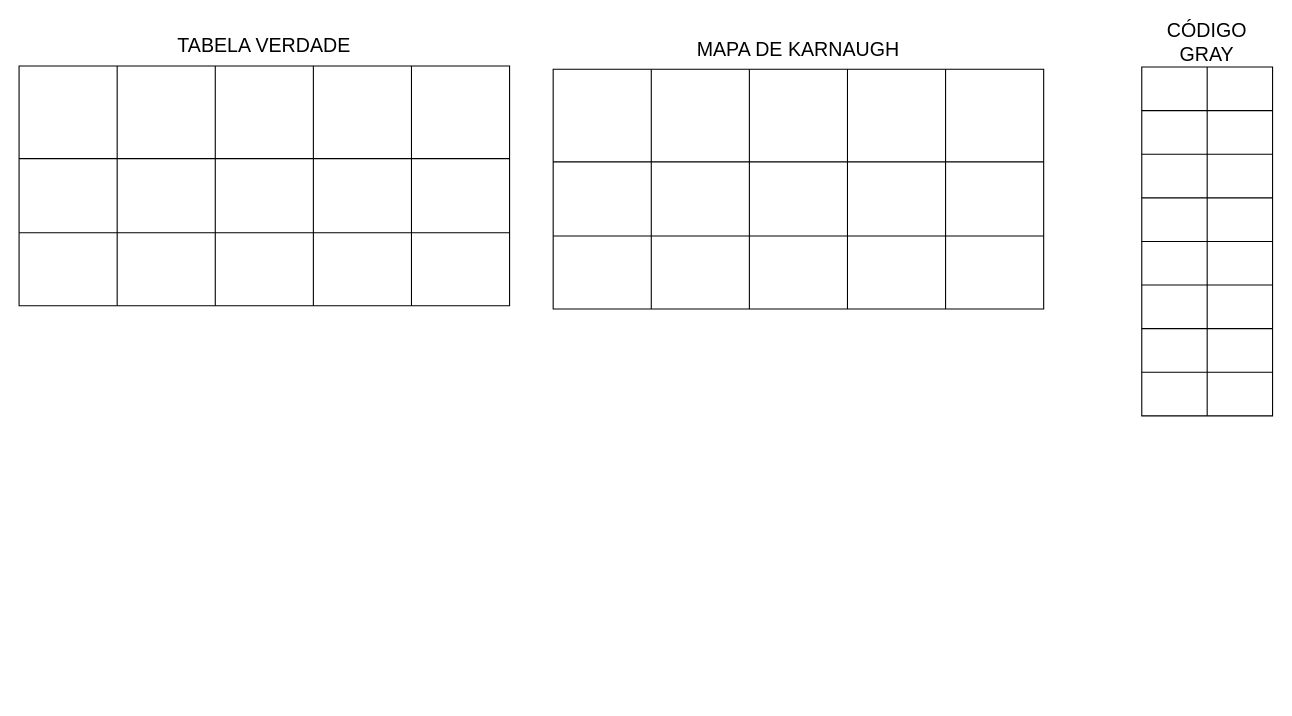
The draw.io diagram page "Algebra-Booleana_Circuitos-Digitais" (1 of 2) of UC_MCA_UNIFACS_aula-revisão.drawio in nobertomaciel/MATAC-Unifacs, before the edit. Source tidied: cells renumbered, new cells numbered last; positions are measured from the earlier drawing's top-left corner, leaving out a move shared by most shapes. Both pictures are drawn from the tidied source at 109%, with x=0, y=0 at pixel (19, 19).
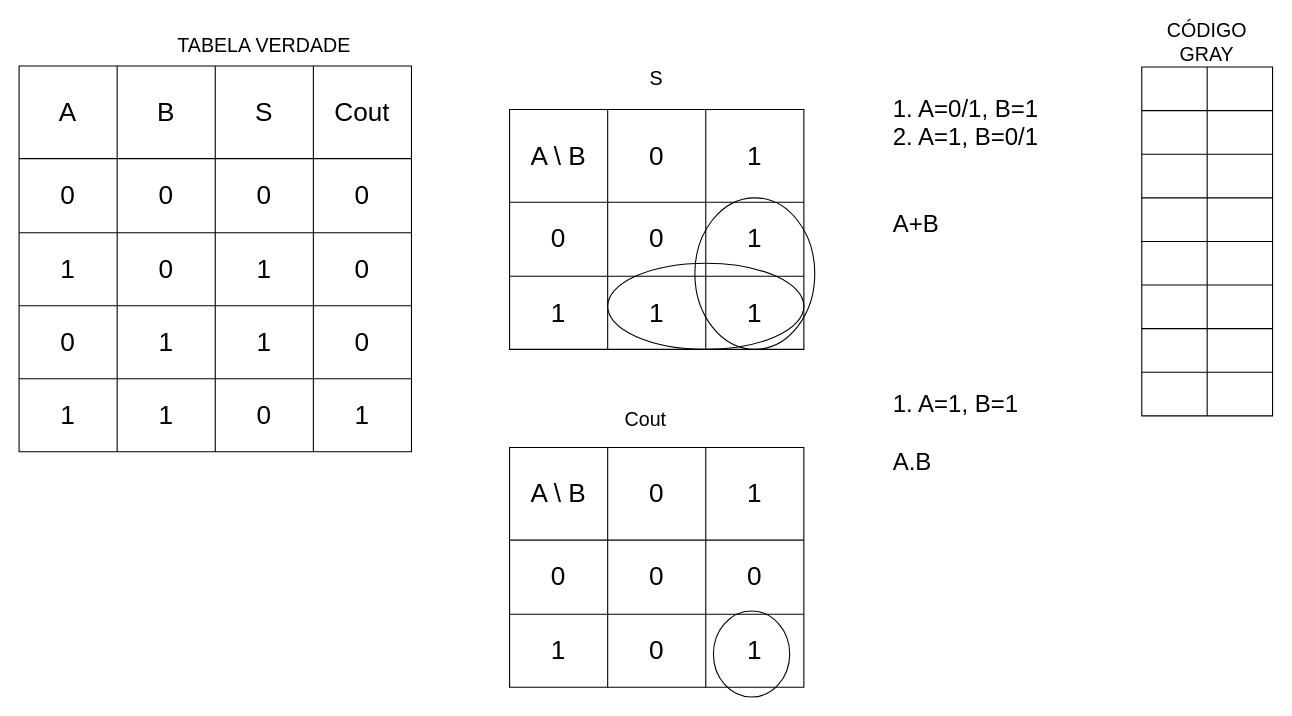
The same diagram, later.

What changed in the source:
```diff
@@
     <mxCell id="2" style="shape=table;startSize=0;childLayout=tableLayout;fixedHeader=1;fontSize=24;" parent="1" vertex="1">
-      <mxGeometry x="490" y="46" width="450" height="220" as="geometry" />
+      <mxGeometry x="450" y="83" width="270" height="220" as="geometry" />
     </mxCell>
     <mxCell id="3" style="shape=tableRow;horizontal=0;startSize=0;swimlaneHead=0;swimlaneBody=0;strokeColor=inherit;top=0;left=0;bottom=0;right=0;fillColor=none;fixedHeader=1;fontSize=24;" parent="2" vertex="1">
-      <mxGeometry width="450" height="85" as="geometry" />
+      <mxGeometry width="270" height="85" as="geometry" />
     </mxCell>
-    <mxCell id="4" style="shape=partialRectangle;html=1;whiteSpace=wrap;strokeColor=inherit;overflow=hidden;fillColor=none;top=0;left=0;bottom=0;right=0;fontSize=24;" parent="3" vertex="1">
+    <mxCell id="4" value="A \ B" style="shape=partialRectangle;html=1;whiteSpace=wrap;strokeColor=inherit;overflow=hidden;fillColor=none;top=0;left=0;bottom=0;right=0;fontSize=24;" parent="3" vertex="1">
       <mxGeometry width="90" height="85" as="geometry" />
     </mxCell>
-    <mxCell id="5" style="shape=partialRectangle;html=1;whiteSpace=wrap;strokeColor=inherit;overflow=hidden;fillColor=none;top=0;left=0;bottom=0;right=0;fontSize=24;" parent="3" vertex="1">
+    <mxCell id="5" value="0" style="shape=partialRectangle;html=1;whiteSpace=wrap;strokeColor=inherit;overflow=hidden;fillColor=none;top=0;left=0;bottom=0;right=0;fontSize=24;" parent="3" vertex="1">
       <mxGeometry x="90" width="90" height="85" as="geometry" />
     </mxCell>
-    <mxCell id="6" style="shape=partialRectangle;html=1;whiteSpace=wrap;strokeColor=inherit;overflow=hidden;fillColor=none;top=0;left=0;bottom=0;right=0;fontSize=24;" parent="3" vertex="1">
+    <mxCell id="6" value="1" style="shape=partialRectangle;html=1;whiteSpace=wrap;strokeColor=inherit;overflow=hidden;fillColor=none;top=0;left=0;bottom=0;right=0;fontSize=24;" parent="3" vertex="1">
       <mxGeometry x="180" width="90" height="85" as="geometry" />
     </mxCell>
-    <mxCell id="7" style="shape=partialRectangle;html=1;whiteSpace=wrap;strokeColor=inherit;overflow=hidden;fillColor=none;top=0;left=0;bottom=0;right=0;fontSize=24;" parent="3" vertex="1">
-      <mxGeometry x="270" width="90" height="85" as="geometry" />
-    </mxCell>
-    <mxCell id="8" style="shape=partialRectangle;html=1;whiteSpace=wrap;strokeColor=inherit;overflow=hidden;fillColor=none;top=0;left=0;bottom=0;right=0;fontSize=24;" parent="3" vertex="1">
-      <mxGeometry x="360" width="90" height="85" as="geometry" />
-    </mxCell>
     <mxCell id="9" style="shape=tableRow;horizontal=0;startSize=0;swimlaneHead=0;swimlaneBody=0;strokeColor=inherit;top=0;left=0;bottom=0;right=0;fillColor=none;fixedHeader=1;fontSize=24;" parent="2" vertex="1">
-      <mxGeometry y="85" width="450" height="68" as="geometry" />
+      <mxGeometry y="85" width="270" height="68" as="geometry" />
     </mxCell>
-    <mxCell id="10" style="shape=partialRectangle;html=1;whiteSpace=wrap;strokeColor=inherit;overflow=hidden;fillColor=none;top=0;left=0;bottom=0;right=0;fontSize=24;" parent="9" vertex="1">
+    <mxCell id="10" value="0" style="shape=partialRectangle;html=1;whiteSpace=wrap;strokeColor=inherit;overflow=hidden;fillColor=none;top=0;left=0;bottom=0;right=0;fontSize=24;" parent="9" vertex="1">
       <mxGeometry width="90" height="68" as="geometry" />
     </mxCell>
-    <mxCell id="11" style="shape=partialRectangle;html=1;whiteSpace=wrap;strokeColor=inherit;overflow=hidden;fillColor=none;top=0;left=0;bottom=0;right=0;fontSize=24;" parent="9" vertex="1">
+    <mxCell id="11" value="0" style="shape=partialRectangle;html=1;whiteSpace=wrap;strokeColor=inherit;overflow=hidden;fillColor=none;top=0;left=0;bottom=0;right=0;fontSize=24;" parent="9" vertex="1">
       <mxGeometry x="90" width="90" height="68" as="geometry" />
     </mxCell>
-    <mxCell id="12" style="shape=partialRectangle;html=1;whiteSpace=wrap;strokeColor=inherit;overflow=hidden;fillColor=none;top=0;left=0;bottom=0;right=0;fontSize=24;" parent="9" vertex="1">
+    <mxCell id="12" value="1" style="shape=partialRectangle;html=1;whiteSpace=wrap;strokeColor=inherit;overflow=hidden;fillColor=none;top=0;left=0;bottom=0;right=0;fontSize=24;" parent="9" vertex="1">
       <mxGeometry x="180" width="90" height="68" as="geometry" />
     </mxCell>
-    <mxCell id="13" style="shape=partialRectangle;html=1;whiteSpace=wrap;strokeColor=inherit;overflow=hidden;fillColor=none;top=0;left=0;bottom=0;right=0;fontSize=24;" parent="9" vertex="1">
-      <mxGeometry x="270" width="90" height="68" as="geometry" />
-    </mxCell>
-    <mxCell id="14" style="shape=partialRectangle;html=1;whiteSpace=wrap;strokeColor=inherit;overflow=hidden;fillColor=none;top=0;left=0;bottom=0;right=0;fontSize=24;" parent="9" vertex="1">
-      <mxGeometry x="360" width="90" height="68" as="geometry" />
-    </mxCell>
     <mxCell id="15" style="shape=tableRow;horizontal=0;startSize=0;swimlaneHead=0;swimlaneBody=0;strokeColor=inherit;top=0;left=0;bottom=0;right=0;fillColor=none;fixedHeader=1;fontSize=24;" parent="2" vertex="1">
-      <mxGeometry y="153" width="450" height="67" as="geometry" />
+      <mxGeometry y="153" width="270" height="67" as="geometry" />
     </mxCell>
-    <mxCell id="16" style="shape=partialRectangle;html=1;whiteSpace=wrap;strokeColor=inherit;overflow=hidden;fillColor=none;top=0;left=0;bottom=0;right=0;fontSize=24;" parent="15" vertex="1">
+    <mxCell id="16" value="1" style="shape=partialRectangle;html=1;whiteSpace=wrap;strokeColor=inherit;overflow=hidden;fillColor=none;top=0;left=0;bottom=0;right=0;fontSize=24;" parent="15" vertex="1">
       <mxGeometry width="90" height="67" as="geometry" />
     </mxCell>
-    <mxCell id="17" style="shape=partialRectangle;html=1;whiteSpace=wrap;strokeColor=inherit;overflow=hidden;fillColor=none;top=0;left=0;bottom=0;right=0;fontSize=24;" parent="15" vertex="1">
+    <mxCell id="17" value="1" style="shape=partialRectangle;html=1;whiteSpace=wrap;strokeColor=inherit;overflow=hidden;fillColor=none;top=0;left=0;bottom=0;right=0;fontSize=24;" parent="15" vertex="1">
       <mxGeometry x="90" width="90" height="67" as="geometry" />
     </mxCell>
-    <mxCell id="18" style="shape=partialRectangle;html=1;whiteSpace=wrap;strokeColor=inherit;overflow=hidden;fillColor=none;top=0;left=0;bottom=0;right=0;fontSize=24;" parent="15" vertex="1">
+    <mxCell id="18" value="1" style="shape=partialRectangle;html=1;whiteSpace=wrap;strokeColor=inherit;overflow=hidden;fillColor=none;top=0;left=0;bottom=0;right=0;fontSize=24;" parent="15" vertex="1">
       <mxGeometry x="180" width="90" height="67" as="geometry" />
     </mxCell>
-    <mxCell id="19" style="shape=partialRectangle;html=1;whiteSpace=wrap;strokeColor=inherit;overflow=hidden;fillColor=none;top=0;left=0;bottom=0;right=0;fontSize=24;" parent="15" vertex="1">
-      <mxGeometry x="270" width="90" height="67" as="geometry" />
-    </mxCell>
-    <mxCell id="20" style="shape=partialRectangle;html=1;whiteSpace=wrap;strokeColor=inherit;overflow=hidden;fillColor=none;top=0;left=0;bottom=0;right=0;fontSize=24;" parent="15" vertex="1">
-      <mxGeometry x="360" width="90" height="67" as="geometry" />
-    </mxCell>
     <mxCell id="21" style="shape=table;startSize=0;childLayout=tableLayout;fixedHeader=1;fontSize=24;" parent="1" vertex="1">
-      <mxGeometry y="43" width="450" height="220" as="geometry" />
+      <mxGeometry y="43" width="360" height="354" as="geometry" />
     </mxCell>
     <mxCell id="22" style="shape=tableRow;horizontal=0;startSize=0;swimlaneHead=0;swimlaneBody=0;strokeColor=inherit;top=0;left=0;bottom=0;right=0;fillColor=none;fixedHeader=1;fontSize=24;" parent="21" vertex="1">
-      <mxGeometry width="450" height="85" as="geometry" />
+      <mxGeometry width="360" height="85" as="geometry" />
     </mxCell>
-    <mxCell id="23" style="shape=partialRectangle;html=1;whiteSpace=wrap;strokeColor=inherit;overflow=hidden;fillColor=none;top=0;left=0;bottom=0;right=0;fontSize=24;" parent="22" vertex="1">
+    <mxCell id="23" value="A" style="shape=partialRectangle;html=1;whiteSpace=wrap;strokeColor=inherit;overflow=hidden;fillColor=none;top=0;left=0;bottom=0;right=0;fontSize=24;" parent="22" vertex="1">
       <mxGeometry width="90" height="85" as="geometry" />
     </mxCell>
-    <mxCell id="24" style="shape=partialRectangle;html=1;whiteSpace=wrap;strokeColor=inherit;overflow=hidden;fillColor=none;top=0;left=0;bottom=0;right=0;fontSize=24;" parent="22" vertex="1">
+    <mxCell id="24" value="B" style="shape=partialRectangle;html=1;whiteSpace=wrap;strokeColor=inherit;overflow=hidden;fillColor=none;top=0;left=0;bottom=0;right=0;fontSize=24;" parent="22" vertex="1">
       <mxGeometry x="90" width="90" height="85" as="geometry" />
     </mxCell>
-    <mxCell id="25" style="shape=partialRectangle;html=1;whiteSpace=wrap;strokeColor=inherit;overflow=hidden;fillColor=none;top=0;left=0;bottom=0;right=0;fontSize=24;" parent="22" vertex="1">
+    <mxCell id="25" value="S" style="shape=partialRectangle;html=1;whiteSpace=wrap;strokeColor=inherit;overflow=hidden;fillColor=none;top=0;left=0;bottom=0;right=0;fontSize=24;" parent="22" vertex="1">
       <mxGeometry x="180" width="90" height="85" as="geometry" />
     </mxCell>
-    <mxCell id="26" style="shape=partialRectangle;html=1;whiteSpace=wrap;strokeColor=inherit;overflow=hidden;fillColor=none;top=0;left=0;bottom=0;right=0;fontSize=24;" parent="22" vertex="1">
-      <mxGeometry x="270" width="90" height="85" as="geometry" />
-    </mxCell>
-    <mxCell id="27" style="shape=partialRectangle;html=1;whiteSpace=wrap;strokeColor=inherit;overflow=hidden;fillColor=none;top=0;left=0;bottom=0;right=0;fontSize=24;" parent="22" vertex="1">
-      <mxGeometry x="360" width="90" height="85" as="geometry" />
-    </mxCell>
+    <mxCell id="68" value="Cout" style="shape=partialRectangle;html=1;whiteSpace=wrap;strokeColor=inherit;overflow=hidden;fillColor=none;top=0;left=0;bottom=0;right=0;fontSize=24;" parent="22" vertex="1">
+      <mxGeometry x="270" width="90" height="85" as="geometry" />
+    </mxCell>
     <mxCell id="28" style="shape=tableRow;horizontal=0;startSize=0;swimlaneHead=0;swimlaneBody=0;strokeColor=inherit;top=0;left=0;bottom=0;right=0;fillColor=none;fixedHeader=1;fontSize=24;" parent="21" vertex="1">
-      <mxGeometry y="85" width="450" height="68" as="geometry" />
+      <mxGeometry y="85" width="360" height="68" as="geometry" />
     </mxCell>
-    <mxCell id="29" style="shape=partialRectangle;html=1;whiteSpace=wrap;strokeColor=inherit;overflow=hidden;fillColor=none;top=0;left=0;bottom=0;right=0;fontSize=24;" parent="28" vertex="1">
+    <mxCell id="29" value="0" style="shape=partialRectangle;html=1;whiteSpace=wrap;strokeColor=inherit;overflow=hidden;fillColor=none;top=0;left=0;bottom=0;right=0;fontSize=24;" parent="28" vertex="1">
       <mxGeometry width="90" height="68" as="geometry" />
     </mxCell>
-    <mxCell id="30" style="shape=partialRectangle;html=1;whiteSpace=wrap;strokeColor=inherit;overflow=hidden;fillColor=none;top=0;left=0;bottom=0;right=0;fontSize=24;" parent="28" vertex="1">
+    <mxCell id="30" value="0" style="shape=partialRectangle;html=1;whiteSpace=wrap;strokeColor=inherit;overflow=hidden;fillColor=none;top=0;left=0;bottom=0;right=0;fontSize=24;" parent="28" vertex="1">
       <mxGeometry x="90" width="90" height="68" as="geometry" />
     </mxCell>
-    <mxCell id="31" style="shape=partialRectangle;html=1;whiteSpace=wrap;strokeColor=inherit;overflow=hidden;fillColor=none;top=0;left=0;bottom=0;right=0;fontSize=24;" parent="28" vertex="1">
+    <mxCell id="31" value="0" style="shape=partialRectangle;html=1;whiteSpace=wrap;strokeColor=inherit;overflow=hidden;fillColor=none;top=0;left=0;bottom=0;right=0;fontSize=24;" parent="28" vertex="1">
       <mxGeometry x="180" width="90" height="68" as="geometry" />
     </mxCell>
-    <mxCell id="32" style="shape=partialRectangle;html=1;whiteSpace=wrap;strokeColor=inherit;overflow=hidden;fillColor=none;top=0;left=0;bottom=0;right=0;fontSize=24;" parent="28" vertex="1">
-      <mxGeometry x="270" width="90" height="68" as="geometry" />
-    </mxCell>
-    <mxCell id="33" style="shape=partialRectangle;html=1;whiteSpace=wrap;strokeColor=inherit;overflow=hidden;fillColor=none;top=0;left=0;bottom=0;right=0;fontSize=24;" parent="28" vertex="1">
-      <mxGeometry x="360" width="90" height="68" as="geometry" />
-    </mxCell>
-    <mxCell id="34" style="shape=tableRow;horizontal=0;startSize=0;swimlaneHead=0;swimlaneBody=0;strokeColor=inherit;top=0;left=0;bottom=0;right=0;fillColor=none;fixedHeader=1;fontSize=24;" parent="21" vertex="1">
-      <mxGeometry y="153" width="450" height="67" as="geometry" />
-    </mxCell>
-    <mxCell id="35" style="shape=partialRectangle;html=1;whiteSpace=wrap;strokeColor=inherit;overflow=hidden;fillColor=none;top=0;left=0;bottom=0;right=0;fontSize=24;" parent="34" vertex="1">
-      <mxGeometry width="90" height="67" as="geometry" />
-    </mxCell>
-    <mxCell id="36" style="shape=partialRectangle;html=1;whiteSpace=wrap;strokeColor=inherit;overflow=hidden;fillColor=none;top=0;left=0;bottom=0;right=0;fontSize=24;" parent="34" vertex="1">
-      <mxGeometry x="90" width="90" height="67" as="geometry" />
-    </mxCell>
-    <mxCell id="37" style="shape=partialRectangle;html=1;whiteSpace=wrap;strokeColor=inherit;overflow=hidden;fillColor=none;top=0;left=0;bottom=0;right=0;fontSize=24;" parent="34" vertex="1">
-      <mxGeometry x="180" width="90" height="67" as="geometry" />
-    </mxCell>
-    <mxCell id="38" style="shape=partialRectangle;html=1;whiteSpace=wrap;strokeColor=inherit;overflow=hidden;fillColor=none;top=0;left=0;bottom=0;right=0;fontSize=24;" parent="34" vertex="1">
-      <mxGeometry x="270" width="90" height="67" as="geometry" />
-    </mxCell>
-    <mxCell id="39" style="shape=partialRectangle;html=1;whiteSpace=wrap;strokeColor=inherit;overflow=hidden;fillColor=none;top=0;left=0;bottom=0;right=0;fontSize=24;" parent="34" vertex="1">
-      <mxGeometry x="360" width="90" height="67" as="geometry" />
-    </mxCell>
+    <mxCell id="69" value="0" style="shape=partialRectangle;html=1;whiteSpace=wrap;strokeColor=inherit;overflow=hidden;fillColor=none;top=0;left=0;bottom=0;right=0;fontSize=24;" parent="28" vertex="1">
+      <mxGeometry x="270" width="90" height="68" as="geometry" />
+    </mxCell>
+    <mxCell id="70" style="shape=tableRow;horizontal=0;startSize=0;swimlaneHead=0;swimlaneBody=0;strokeColor=inherit;top=0;left=0;bottom=0;right=0;fillColor=none;fixedHeader=1;fontSize=24;" parent="21" vertex="1">
+      <mxGeometry y="153" width="360" height="67" as="geometry" />
+    </mxCell>
+    <mxCell id="71" value="1" style="shape=partialRectangle;html=1;whiteSpace=wrap;strokeColor=inherit;overflow=hidden;fillColor=none;top=0;left=0;bottom=0;right=0;fontSize=24;" parent="70" vertex="1">
+      <mxGeometry width="90" height="67" as="geometry" />
+    </mxCell>
+    <mxCell id="72" value="0" style="shape=partialRectangle;html=1;whiteSpace=wrap;strokeColor=inherit;overflow=hidden;fillColor=none;top=0;left=0;bottom=0;right=0;fontSize=24;" parent="70" vertex="1">
+      <mxGeometry x="90" width="90" height="67" as="geometry" />
+    </mxCell>
+    <mxCell id="73" value="1" style="shape=partialRectangle;html=1;whiteSpace=wrap;strokeColor=inherit;overflow=hidden;fillColor=none;top=0;left=0;bottom=0;right=0;fontSize=24;" parent="70" vertex="1">
+      <mxGeometry x="180" width="90" height="67" as="geometry" />
+    </mxCell>
+    <mxCell id="74" value="0" style="shape=partialRectangle;html=1;whiteSpace=wrap;strokeColor=inherit;overflow=hidden;fillColor=none;top=0;left=0;bottom=0;right=0;fontSize=24;" parent="70" vertex="1">
+      <mxGeometry x="270" width="90" height="67" as="geometry" />
+    </mxCell>
+    <mxCell id="75" style="shape=tableRow;horizontal=0;startSize=0;swimlaneHead=0;swimlaneBody=0;strokeColor=inherit;top=0;left=0;bottom=0;right=0;fillColor=none;fixedHeader=1;fontSize=24;" parent="21" vertex="1">
+      <mxGeometry y="220" width="360" height="67" as="geometry" />
+    </mxCell>
+    <mxCell id="76" value="0" style="shape=partialRectangle;html=1;whiteSpace=wrap;strokeColor=inherit;overflow=hidden;fillColor=none;top=0;left=0;bottom=0;right=0;fontSize=24;" parent="75" vertex="1">
+      <mxGeometry width="90" height="67" as="geometry" />
+    </mxCell>
+    <mxCell id="77" value="1" style="shape=partialRectangle;html=1;whiteSpace=wrap;strokeColor=inherit;overflow=hidden;fillColor=none;top=0;left=0;bottom=0;right=0;fontSize=24;" parent="75" vertex="1">
+      <mxGeometry x="90" width="90" height="67" as="geometry" />
+    </mxCell>
+    <mxCell id="78" value="1" style="shape=partialRectangle;html=1;whiteSpace=wrap;strokeColor=inherit;overflow=hidden;fillColor=none;top=0;left=0;bottom=0;right=0;fontSize=24;" parent="75" vertex="1">
+      <mxGeometry x="180" width="90" height="67" as="geometry" />
+    </mxCell>
+    <mxCell id="79" value="0" style="shape=partialRectangle;html=1;whiteSpace=wrap;strokeColor=inherit;overflow=hidden;fillColor=none;top=0;left=0;bottom=0;right=0;fontSize=24;" parent="75" vertex="1">
+      <mxGeometry x="270" width="90" height="67" as="geometry" />
+    </mxCell>
+    <mxCell id="80" style="shape=tableRow;horizontal=0;startSize=0;swimlaneHead=0;swimlaneBody=0;strokeColor=inherit;top=0;left=0;bottom=0;right=0;fillColor=none;fixedHeader=1;fontSize=24;" parent="21" vertex="1">
+      <mxGeometry y="287" width="360" height="67" as="geometry" />
+    </mxCell>
+    <mxCell id="81" value="1" style="shape=partialRectangle;html=1;whiteSpace=wrap;strokeColor=inherit;overflow=hidden;fillColor=none;top=0;left=0;bottom=0;right=0;fontSize=24;" parent="80" vertex="1">
+      <mxGeometry width="90" height="67" as="geometry" />
+    </mxCell>
+    <mxCell id="82" value="1" style="shape=partialRectangle;html=1;whiteSpace=wrap;strokeColor=inherit;overflow=hidden;fillColor=none;top=0;left=0;bottom=0;right=0;fontSize=24;" parent="80" vertex="1">
+      <mxGeometry x="90" width="90" height="67" as="geometry" />
+    </mxCell>
+    <mxCell id="83" value="0" style="shape=partialRectangle;html=1;whiteSpace=wrap;strokeColor=inherit;overflow=hidden;fillColor=none;top=0;left=0;bottom=0;right=0;fontSize=24;" parent="80" vertex="1">
+      <mxGeometry x="180" width="90" height="67" as="geometry" />
+    </mxCell>
+    <mxCell id="84" value="1" style="shape=partialRectangle;html=1;whiteSpace=wrap;strokeColor=inherit;overflow=hidden;fillColor=none;top=0;left=0;bottom=0;right=0;fontSize=24;" parent="80" vertex="1">
+      <mxGeometry x="270" width="90" height="67" as="geometry" />
+    </mxCell>
@@
-    <mxCell id="41" value="MAPA DE KARNAUGH" style="text;html=1;whiteSpace=wrap;strokeColor=none;fillColor=none;align=center;verticalAlign=middle;rounded=0;fontSize=18;" parent="1" vertex="1">
-      <mxGeometry x="490" y="13" width="450" height="30" as="geometry" />
+    <mxCell id="41" value="S" style="text;html=1;whiteSpace=wrap;strokeColor=none;fillColor=none;align=center;verticalAlign=middle;rounded=0;fontSize=18;" parent="1" vertex="1">
+      <mxGeometry x="360" y="40" width="450" height="30" as="geometry" />
     </mxCell>
@@
+    <mxCell id="85" style="shape=table;startSize=0;childLayout=tableLayout;fixedHeader=1;fontSize=24;" parent="1" vertex="1">
+      <mxGeometry x="450" y="393" width="270" height="220" as="geometry" />
+    </mxCell>
+    <mxCell id="86" style="shape=tableRow;horizontal=0;startSize=0;swimlaneHead=0;swimlaneBody=0;strokeColor=inherit;top=0;left=0;bottom=0;right=0;fillColor=none;fixedHeader=1;fontSize=24;" parent="85" vertex="1">
+      <mxGeometry width="270" height="85" as="geometry" />
+    </mxCell>
+    <mxCell id="87" value="A \ B" style="shape=partialRectangle;html=1;whiteSpace=wrap;strokeColor=inherit;overflow=hidden;fillColor=none;top=0;left=0;bottom=0;right=0;fontSize=24;" parent="86" vertex="1">
+      <mxGeometry width="90" height="85" as="geometry" />
+    </mxCell>
+    <mxCell id="88" value="0" style="shape=partialRectangle;html=1;whiteSpace=wrap;strokeColor=inherit;overflow=hidden;fillColor=none;top=0;left=0;bottom=0;right=0;fontSize=24;" parent="86" vertex="1">
+      <mxGeometry x="90" width="90" height="85" as="geometry" />
+    </mxCell>
+    <mxCell id="89" value="1" style="shape=partialRectangle;html=1;whiteSpace=wrap;strokeColor=inherit;overflow=hidden;fillColor=none;top=0;left=0;bottom=0;right=0;fontSize=24;" parent="86" vertex="1">
+      <mxGeometry x="180" width="90" height="85" as="geometry" />
+    </mxCell>
+    <mxCell id="90" style="shape=tableRow;horizontal=0;startSize=0;swimlaneHead=0;swimlaneBody=0;strokeColor=inherit;top=0;left=0;bottom=0;right=0;fillColor=none;fixedHeader=1;fontSize=24;" parent="85" vertex="1">
+      <mxGeometry y="85" width="270" height="68" as="geometry" />
+    </mxCell>
+    <mxCell id="91" value="0" style="shape=partialRectangle;html=1;whiteSpace=wrap;strokeColor=inherit;overflow=hidden;fillColor=none;top=0;left=0;bottom=0;right=0;fontSize=24;" parent="90" vertex="1">
+      <mxGeometry width="90" height="68" as="geometry" />
+    </mxCell>
+    <mxCell id="92" value="0" style="shape=partialRectangle;html=1;whiteSpace=wrap;strokeColor=inherit;overflow=hidden;fillColor=none;top=0;left=0;bottom=0;right=0;fontSize=24;" parent="90" vertex="1">
+      <mxGeometry x="90" width="90" height="68" as="geometry" />
+    </mxCell>
+    <mxCell id="93" value="0" style="shape=partialRectangle;html=1;whiteSpace=wrap;strokeColor=inherit;overflow=hidden;fillColor=none;top=0;left=0;bottom=0;right=0;fontSize=24;" parent="90" vertex="1">
+      <mxGeometry x="180" width="90" height="68" as="geometry" />
+    </mxCell>
+    <mxCell id="94" style="shape=tableRow;horizontal=0;startSize=0;swimlaneHead=0;swimlaneBody=0;strokeColor=inherit;top=0;left=0;bottom=0;right=0;fillColor=none;fixedHeader=1;fontSize=24;" parent="85" vertex="1">
+      <mxGeometry y="153" width="270" height="67" as="geometry" />
+    </mxCell>
+    <mxCell id="95" value="1" style="shape=partialRectangle;html=1;whiteSpace=wrap;strokeColor=inherit;overflow=hidden;fillColor=none;top=0;left=0;bottom=0;right=0;fontSize=24;" parent="94" vertex="1">
+      <mxGeometry width="90" height="67" as="geometry" />
+    </mxCell>
+    <mxCell id="96" value="0" style="shape=partialRectangle;html=1;whiteSpace=wrap;strokeColor=inherit;overflow=hidden;fillColor=none;top=0;left=0;bottom=0;right=0;fontSize=24;" parent="94" vertex="1">
+      <mxGeometry x="90" width="90" height="67" as="geometry" />
+    </mxCell>
+    <mxCell id="97" value="1" style="shape=partialRectangle;html=1;whiteSpace=wrap;strokeColor=inherit;overflow=hidden;fillColor=none;top=0;left=0;bottom=0;right=0;fontSize=24;" parent="94" vertex="1">
+      <mxGeometry x="180" width="90" height="67" as="geometry" />
+    </mxCell>
+    <mxCell id="98" value="Cout" style="text;html=1;whiteSpace=wrap;strokeColor=none;fillColor=none;align=center;verticalAlign=middle;rounded=0;fontSize=18;" parent="1" vertex="1">
+      <mxGeometry x="350" y="353" width="450" height="30" as="geometry" />
+    </mxCell>
+    <mxCell id="99" style="ellipse;whiteSpace=wrap;html=1;fillColor=none;" parent="1" vertex="1">
+      <mxGeometry x="620" y="164" width="110" height="139" as="geometry" />
+    </mxCell>
+    <mxCell id="100" style="ellipse;whiteSpace=wrap;html=1;fillColor=none;" parent="1" vertex="1">
+      <mxGeometry x="540" y="224" width="180" height="79" as="geometry" />
+    </mxCell>
+    <mxCell id="101" style="ellipse;whiteSpace=wrap;html=1;fillColor=none;" parent="1" vertex="1">
+      <mxGeometry x="637" y="543" width="70" height="79" as="geometry" />
+    </mxCell>
+    <mxCell id="102" value="1. A=0/1, B=1&lt;div&gt;2. A=1, B=0/1&lt;/div&gt;&lt;div&gt;&lt;br&gt;&lt;/div&gt;&lt;div&gt;&lt;br&gt;&lt;/div&gt;&lt;div&gt;A+B&lt;/div&gt;" style="text;html=1;whiteSpace=wrap;strokeColor=none;fillColor=none;align=left;verticalAlign=top;rounded=0;fontSize=22;" parent="1" vertex="1">
+      <mxGeometry x="800" y="63" width="170" height="209" as="geometry" />
+    </mxCell>
+    <mxCell id="103" value="1. A=1, B=1&lt;div&gt;&lt;br&gt;&lt;/div&gt;&lt;div&gt;A.B&lt;/div&gt;&lt;div&gt;&lt;br&gt;&lt;/div&gt;" style="text;html=1;whiteSpace=wrap;strokeColor=none;fillColor=none;align=left;verticalAlign=top;rounded=0;fontSize=22;" parent="1" vertex="1">
+      <mxGeometry x="800" y="334" width="170" height="209" as="geometry" />
+    </mxCell>
```
